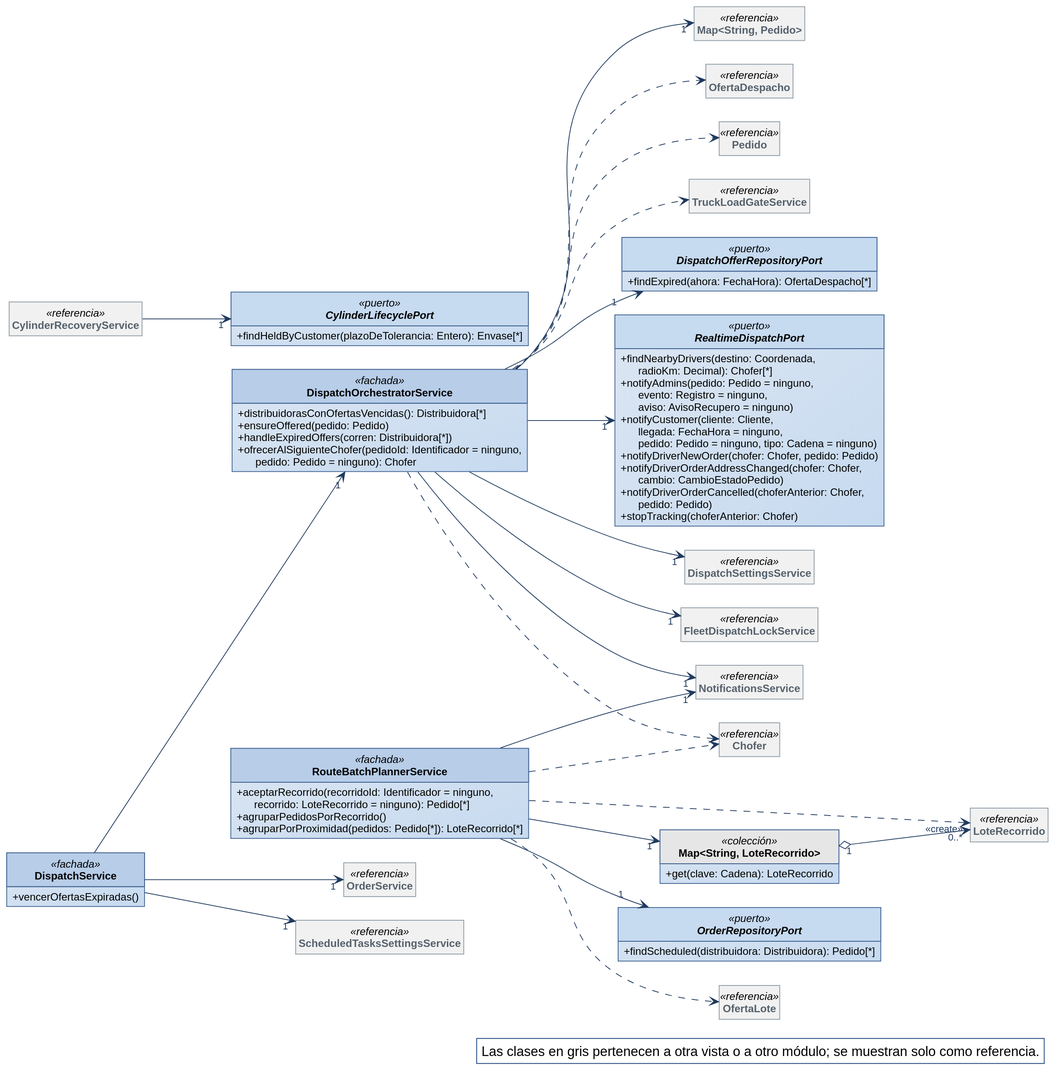
The PlantUML diagram diagramas/clases-diseno/DC_Mod_Despacho.svg in Nahuelito-Dev/splg-docs, before a commit.
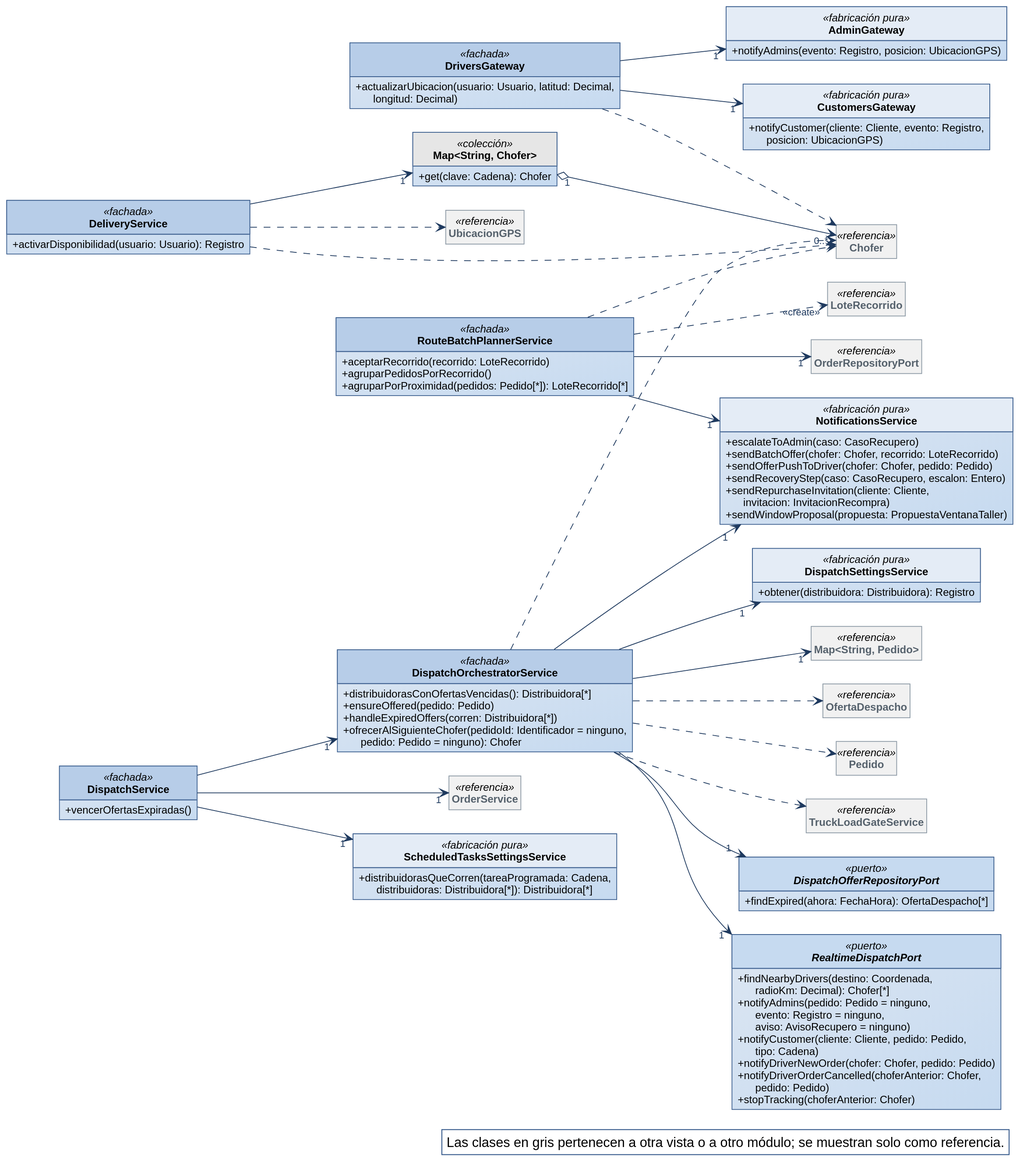
After the commit.

Change to the diagram source:
```diff
@@ -45,61 +45,78 @@
 interface RealtimeDispatchPort <<puerto>> {
   + findNearbyDrivers(destino: Coordenada,\n      radioKm: Decimal): Chofer[*]
   + notifyAdmins(pedido: Pedido = ninguno,\n      evento: Registro = ninguno,\n      aviso: AvisoRecupero = ninguno)
-  + notifyCustomer(cliente: Cliente,\n      llegada: FechaHora = ninguno,\n      pedido: Pedido = ninguno, tipo: Cadena = ninguno)
+  + notifyCustomer(cliente: Cliente, pedido: Pedido,\n      tipo: Cadena)
   + notifyDriverNewOrder(chofer: Chofer, pedido: Pedido)
-  + notifyDriverOrderAddressChanged(chofer: Chofer,\n      cambio: CambioEstadoPedido)
   + notifyDriverOrderCancelled(choferAnterior: Chofer,\n      pedido: Pedido)
   + stopTracking(choferAnterior: Chofer)
 }
 class RouteBatchPlannerService <<fachada>> {
-  + aceptarRecorrido(recorridoId: Identificador = ninguno,\n      recorrido: LoteRecorrido = ninguno): Pedido[*]
+  + aceptarRecorrido(recorrido: LoteRecorrido)
   + agruparPedidosPorRecorrido()
   + agruparPorProximidad(pedidos: Pedido[*]): LoteRecorrido[*]
 }
-class "Map<String, LoteRecorrido>" as Map_String_LoteRecorrido <<colección>> {
-  + get(clave: Cadena): LoteRecorrido
+class DispatchSettingsService <<fabricación pura>> {
+  + obtener(distribuidora: Distribuidora): Registro
 }
-interface CylinderLifecyclePort <<puerto>> {
-  + findHeldByCustomer(plazoDeTolerancia: Entero): Envase[*]
+class ScheduledTasksSettingsService <<fabricación pura>> {
+  + distribuidorasQueCorren(tareaProgramada: Cadena,\n      distribuidoras: Distribuidora[*]): Distribuidora[*]
 }
-interface OrderRepositoryPort <<puerto>> {
-  + findScheduled(distribuidora: Distribuidora): Pedido[*]
+class DeliveryService <<fachada>> {
+  + activarDisponibilidad(usuario: Usuario): Registro
 }
-class LoteRecorrido <<referencia>>
-class DispatchSettingsService <<referencia>>
-class FleetDispatchLockService <<referencia>>
+class "Map<String, Chofer>" as Map_String_Chofer <<colección>> {
+  + get(clave: Cadena): Chofer
+}
+class DriversGateway <<fachada>> {
+  + actualizarUbicacion(usuario: Usuario, latitud: Decimal,\n      longitud: Decimal)
+}
+class CustomersGateway <<fabricación pura>> {
+  + notifyCustomer(cliente: Cliente, evento: Registro,\n      posicion: UbicacionGPS)
+}
+class AdminGateway <<fabricación pura>> {
+  + notifyAdmins(evento: Registro, posicion: UbicacionGPS)
+}
+class NotificationsService <<fabricación pura>> {
+  + escalateToAdmin(caso: CasoRecupero)
+  + sendBatchOffer(chofer: Chofer, recorrido: LoteRecorrido)
+  + sendOfferPushToDriver(chofer: Chofer, pedido: Pedido)
+  + sendRecoveryStep(caso: CasoRecupero, escalon: Entero)
+  + sendRepurchaseInvitation(cliente: Cliente,\n      invitacion: InvitacionRecompra)
+  + sendWindowProposal(propuesta: PropuestaVentanaTaller)
+}
+class Chofer <<referencia>>
 class "Map<String, Pedido>" as Map_String_Pedido <<referencia>>
-class NotificationsService <<referencia>>
 class OrderService <<referencia>>
-class ScheduledTasksSettingsService <<referencia>>
-class Chofer <<referencia>>
+class OrderRepositoryPort <<referencia>>
+class UbicacionGPS <<referencia>>
 class OfertaDespacho <<referencia>>
 class Pedido <<referencia>>
 class TruckLoadGateService <<referencia>>
-class OfertaLote <<referencia>>
-class CylinderRecoveryService <<referencia>>
+class LoteRecorrido <<referencia>>
 
-Map_String_LoteRecorrido "1" o--> "0..*" LoteRecorrido
+Map_String_Chofer "1" o--> "0..*" Chofer
+DeliveryService --> "1" Map_String_Chofer
 DispatchOrchestratorService --> "1" DispatchOfferRepositoryPort
 DispatchOrchestratorService --> "1" DispatchSettingsService
-DispatchOrchestratorService --> "1" FleetDispatchLockService
 DispatchOrchestratorService --> "1" Map_String_Pedido
 DispatchOrchestratorService --> "1" NotificationsService
 DispatchOrchestratorService --> "1" RealtimeDispatchPort
 DispatchService --> "1" DispatchOrchestratorService
 DispatchService --> "1" OrderService
 DispatchService --> "1" ScheduledTasksSettingsService
-RouteBatchPlannerService --> "1" Map_String_LoteRecorrido
+DriversGateway --> "1" AdminGateway
+DriversGateway --> "1" CustomersGateway
 RouteBatchPlannerService --> "1" NotificationsService
 RouteBatchPlannerService --> "1" OrderRepositoryPort
+DeliveryService ..> Chofer
+DeliveryService ..> UbicacionGPS
 DispatchOrchestratorService ..> Chofer
 DispatchOrchestratorService ..> OfertaDespacho
 DispatchOrchestratorService ..> Pedido
 DispatchOrchestratorService ..> TruckLoadGateService
+DriversGateway ..> Chofer
 RouteBatchPlannerService ..> Chofer
 RouteBatchPlannerService ..> "<<create>>" LoteRecorrido
-RouteBatchPlannerService ..> OfertaLote
-CylinderRecoveryService --> "1" CylinderLifecyclePort
 
 legend bottom right
   Las clases en gris pertenecen a otra vista o a otro módulo; se muestran solo como referencia.
```
